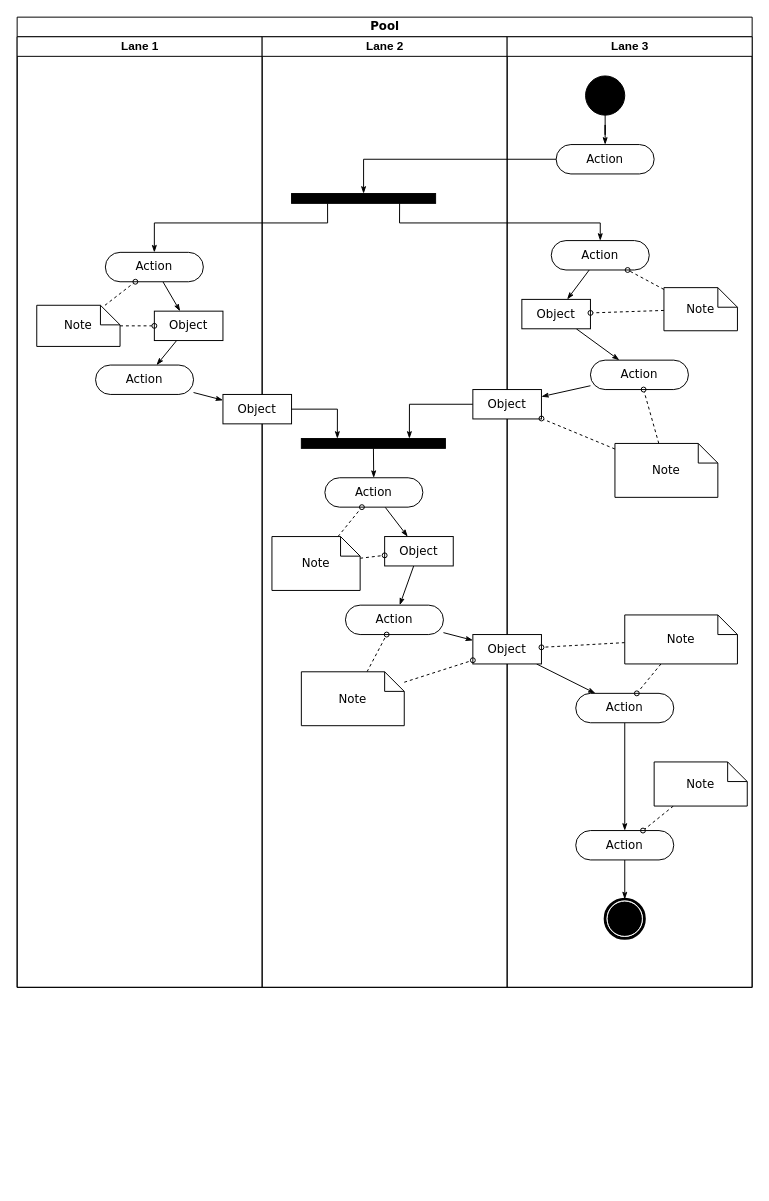
iambiglee/catmq keeps this draw.io diagram as document/blueprint/动态重平衡.drawio. Above is the earlier version. Source tidied: cells renumbered, new cells numbered last; positions are measured from the earlier drawing's top-left corner, leaving out a move shared by most shapes. Both pictures are drawn from the tidied source at 98%, with x=0, y=0 at pixel (17, 17).
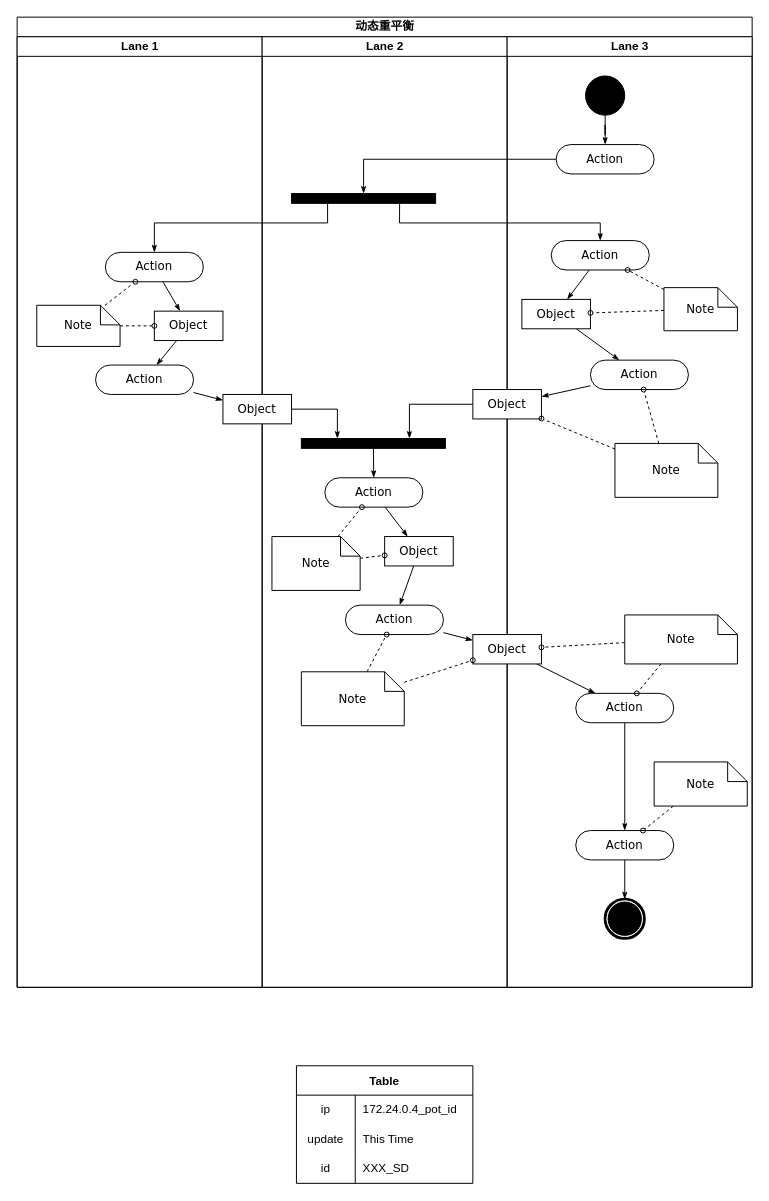
The same diagram, later.

Commit message:
更新动态重平衡.drawio

The edit, as a diff of the source:
```diff
@@
-    <mxCell id="2" value="Pool" style="swimlane;html=1;startSize=20;rounded=0;shadow=0;comic=0;labelBackgroundColor=none;strokeWidth=1;fontFamily=Verdana;fontSize=12;align=center;" parent="1" vertex="1">
+    <mxCell id="2" value="动态重平衡" style="swimlane;html=1;startSize=20;rounded=0;shadow=0;comic=0;labelBackgroundColor=none;strokeWidth=1;fontFamily=Verdana;fontSize=12;align=center;" parent="1" vertex="1">
       <mxGeometry width="750" height="990" as="geometry" />
     </mxCell>
@@
+    <mxCell id="64" value="Table" style="shape=table;startSize=30;childLayout=tableLayout;rowLines=0;fontStyle=1;" parent="1" vertex="1">
+      <mxGeometry x="285" y="1070" width="180" height="120" as="geometry" />
+    </mxCell>
+    <mxCell id="65" style="shape=tableRow;horizontal=0;startSize=0;swimlaneHead=0;swimlaneBody=0;top=0;left=0;bottom=0;right=0;fillColor=none;" parent="64" vertex="1">
+      <mxGeometry y="30" width="180" height="30" as="geometry" />
+    </mxCell>
+    <mxCell id="66" value="ip" style="shape=partialRectangle;html=1;whiteSpace=wrap;fillColor=none;top=0;left=0;bottom=0;right=0;overflow=hidden;" parent="65" vertex="1">
+      <mxGeometry width="60" height="30" as="geometry" />
+    </mxCell>
+    <mxCell id="67" value="172.24.0.4_pot_id" style="shape=partialRectangle;html=1;whiteSpace=wrap;fillColor=none;top=0;left=0;bottom=0;right=0;align=left;spacingLeft=6;overflow=hidden;" parent="65" vertex="1">
+      <mxGeometry x="60" width="120" height="30" as="geometry" />
+    </mxCell>
+    <mxCell id="68" style="shape=tableRow;horizontal=0;startSize=0;swimlaneHead=0;swimlaneBody=0;top=0;left=0;bottom=0;right=0;fillColor=none;" parent="64" vertex="1">
+      <mxGeometry y="60" width="180" height="30" as="geometry" />
+    </mxCell>
+    <mxCell id="69" value="update" style="shape=partialRectangle;html=1;whiteSpace=wrap;fillColor=none;top=0;left=0;bottom=0;right=0;overflow=hidden;" parent="68" vertex="1">
+      <mxGeometry width="60" height="30" as="geometry" />
+    </mxCell>
+    <mxCell id="70" value="This Time" style="shape=partialRectangle;html=1;whiteSpace=wrap;fillColor=none;top=0;left=0;bottom=0;right=0;align=left;spacingLeft=6;overflow=hidden;" parent="68" vertex="1">
+      <mxGeometry x="60" width="120" height="30" as="geometry" />
+    </mxCell>
+    <mxCell id="71" style="shape=tableRow;horizontal=0;startSize=0;swimlaneHead=0;swimlaneBody=0;top=0;left=0;bottom=0;right=0;fillColor=none;" parent="64" vertex="1">
+      <mxGeometry y="90" width="180" height="30" as="geometry" />
+    </mxCell>
+    <mxCell id="72" value="id" style="shape=partialRectangle;html=1;whiteSpace=wrap;fillColor=none;top=0;left=0;bottom=0;right=0;overflow=hidden;" parent="71" vertex="1">
+      <mxGeometry width="60" height="30" as="geometry" />
+    </mxCell>
+    <mxCell id="73" value="XXX_SD" style="shape=partialRectangle;html=1;whiteSpace=wrap;fillColor=none;top=0;left=0;bottom=0;right=0;align=left;spacingLeft=6;overflow=hidden;" parent="71" vertex="1">
+      <mxGeometry x="60" width="120" height="30" as="geometry" />
+    </mxCell>
```
